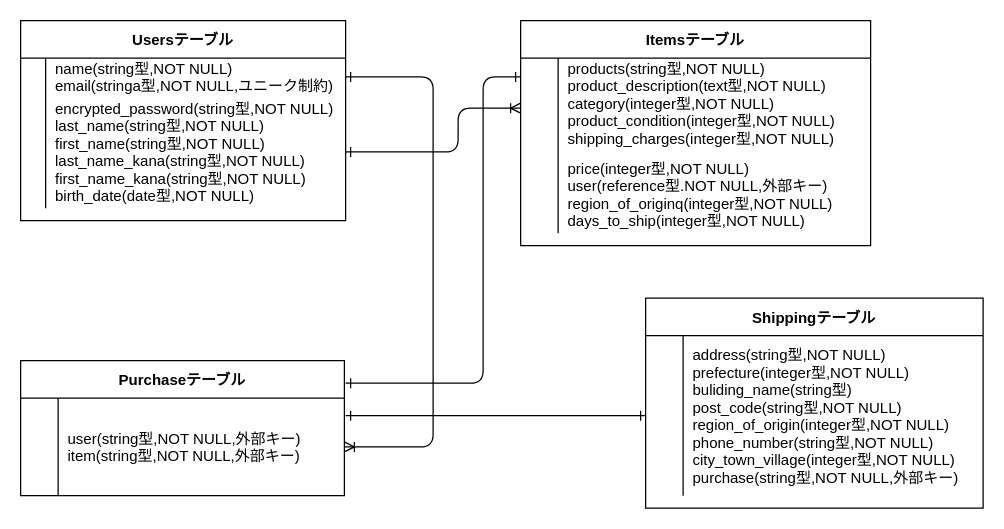
The draw.io diagram bin/er.dio in syun031/furima-39700, before the edit. Source tidied: cells renumbered, new cells numbered last; positions are measured from the earlier drawing's top-left corner, leaving out a move shared by most shapes. Both pictures are drawn from the tidied source at 125%, with x=0, y=0 at pixel (20, 20).
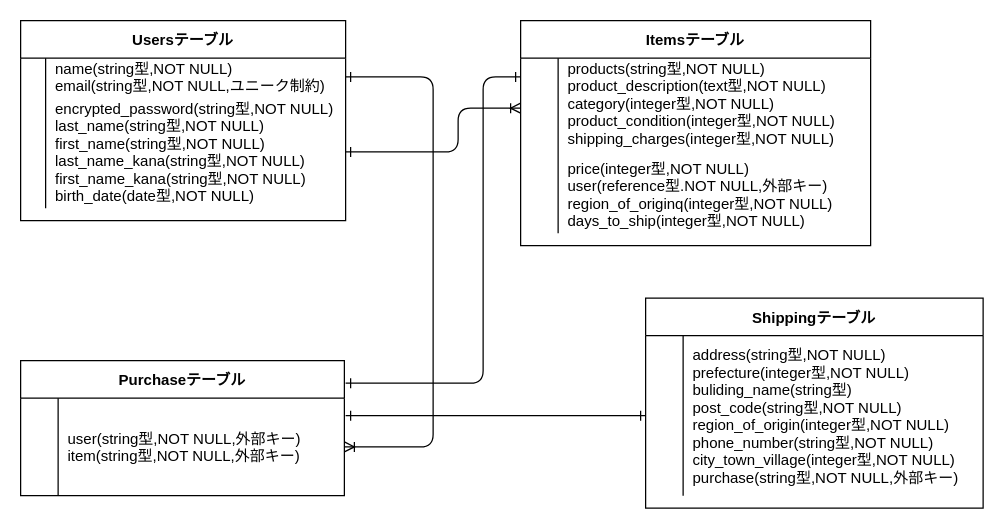
After the change.

Unchanged cells that the change refers to:
```xml
<mxCell id="3" style="shape=tableRow;horizontal=0;startSize=0;swimlaneHead=0;swimlaneBody=0;fillColor=none;points=[[0,0.5],[1,0.5]];portConstraint=eastwest;top=0;left=0;right=0;bottom=0;" parent="2" vertex="1">
  <mxGeometry y="30" width="260" height="30" as="geometry" />
</mxCell>
```

The edit, as a diff of the source:
```diff
@@
-    <mxCell id="5" value="name(string型,NOT NULL)&#10;email(stringa型,NOT NULL,ユニーク制約)" style="shape=partialRectangle;fillColor=none;top=0;left=0;bottom=0;right=0;align=left;spacingLeft=6;overflow=hidden;" parent="3" vertex="1">
+    <mxCell id="5" value="name(string型,NOT NULL)&#10;email(string型,NOT NULL,ユニーク制約)" style="shape=partialRectangle;fillColor=none;top=0;left=0;bottom=0;right=0;align=left;spacingLeft=6;overflow=hidden;" parent="3" vertex="1">
       <mxGeometry x="20" width="240" height="30" as="geometry" />
     </mxCell>
```
